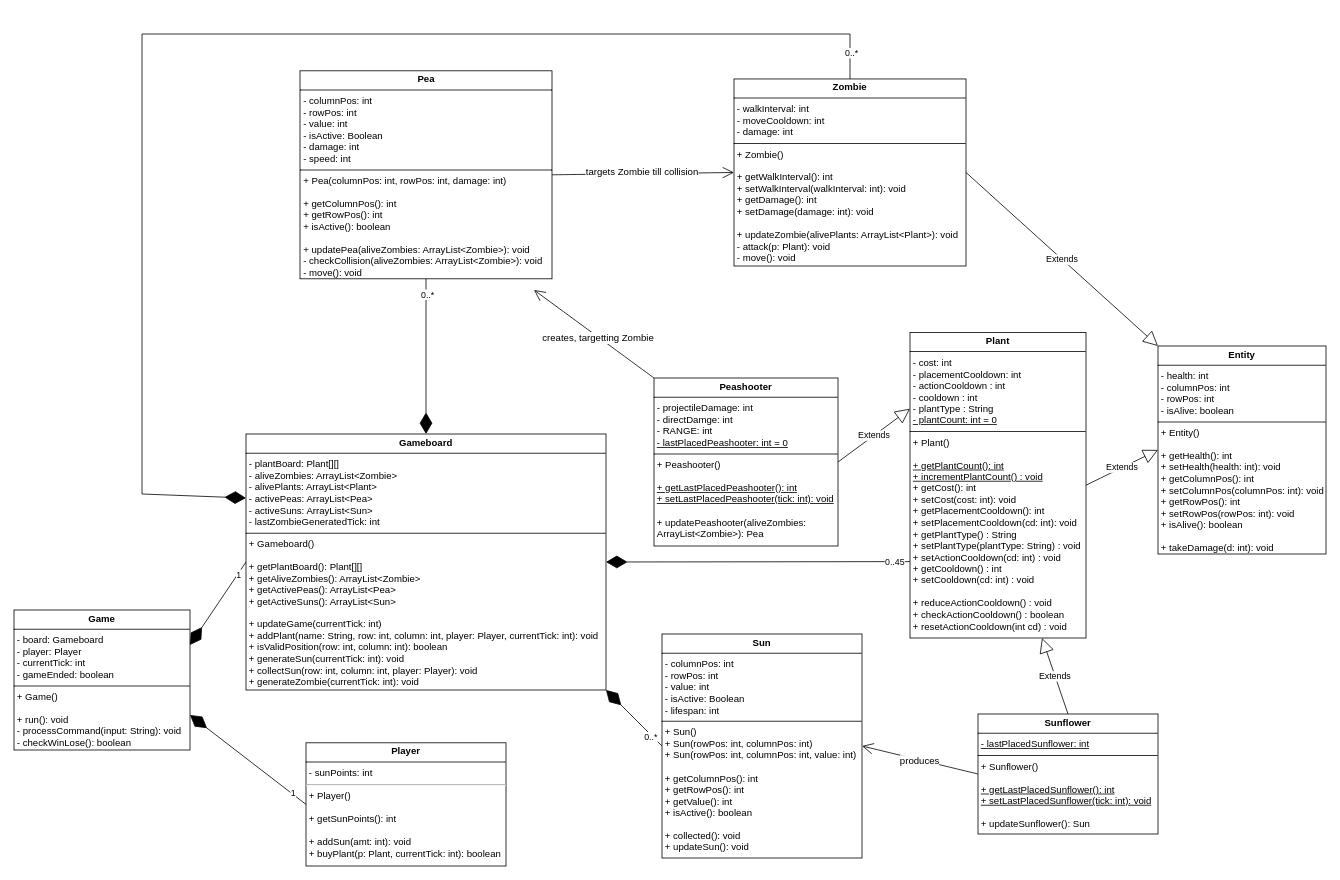
Earlier version of the draw.io diagram pvz-uml.drawio (gabespineli/plants-vs-zombies). Source tidied: cells renumbered, new cells numbered last; positions are measured from the earlier drawing's top-left corner, leaving out a move shared by most shapes. Both pictures are drawn from the tidied source at 80%, with x=0, y=0 at pixel (14, 34).
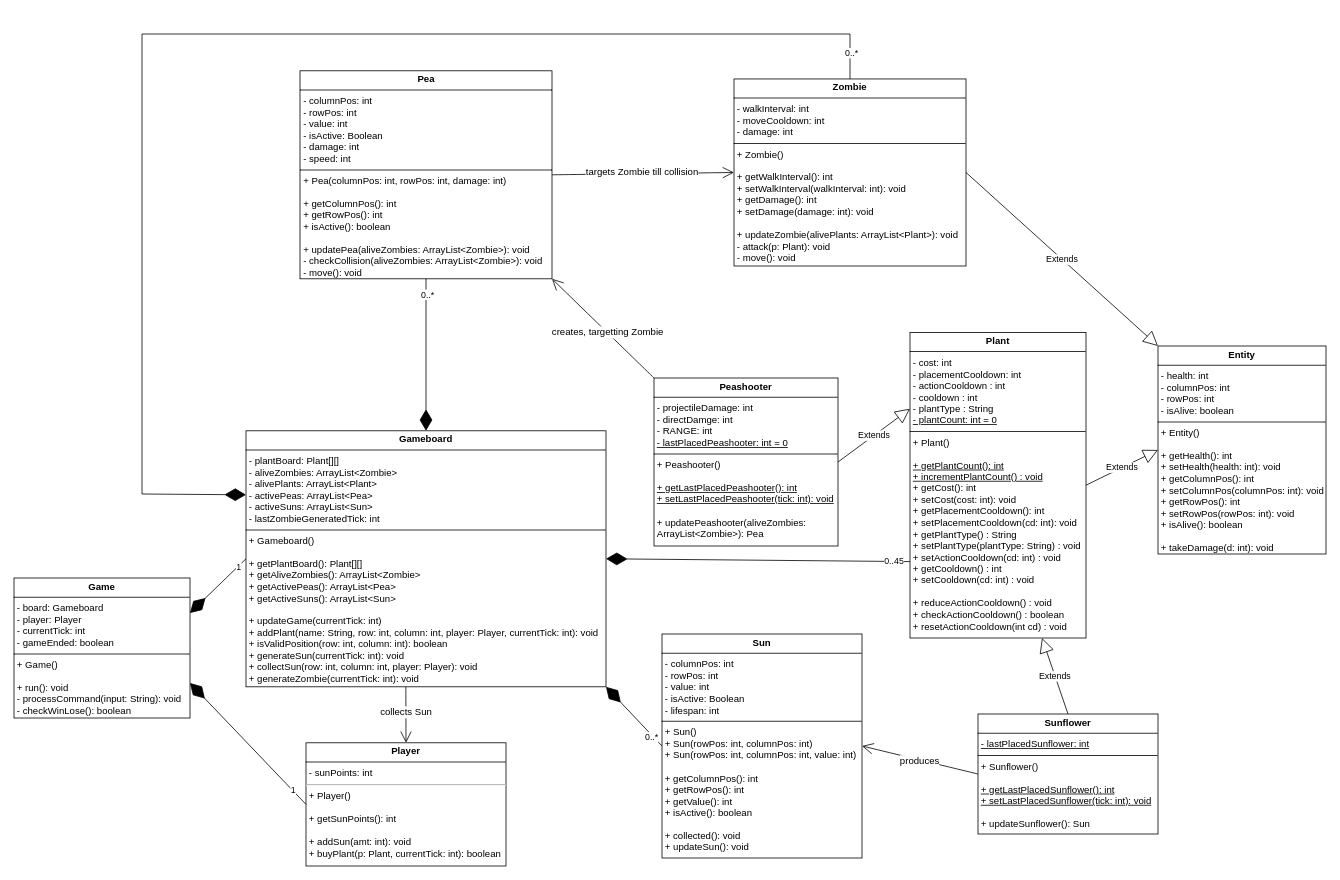
The same page after the edit.

Commit message:
added assoc from gameboard to player

Unchanged cells that the change refers to:
```xml
<mxCell id="6" value="&lt;p style=&quot;margin:0px;margin-top:4px;text-align:center;&quot;&gt;&lt;b&gt;Peashooter&lt;/b&gt;&lt;/p&gt;&lt;hr size=&quot;1&quot; style=&quot;border-style:solid;&quot;&gt;&lt;p style=&quot;margin:0px;margin-left:4px;&quot;&gt;&lt;span style=&quot;background-color: transparent; color: light-dark(rgb(0, 0, 0), rgb(255, 255, 255));&quot;&gt;- projectileDamage: int&lt;/span&gt;&lt;/p&gt;&lt;p style=&quot;margin:0px;margin-left:4px;&quot;&gt;- directDamge: int&lt;/p&gt;&lt;p style=&quot;margin:0px;margin-left:4px;&quot;&gt;- RANGE: int&lt;/p&gt;&lt;p style=&quot;margin:0px;margin-left:4px;&quot;&gt;&lt;u&gt;- lastPlacedPeashooter: int = 0&lt;/u&gt;&lt;/p&gt;&lt;hr size=&quot;1&quot; style=&quot;border-style:solid;&quot;&gt;&lt;p style=&quot;margin:0px;margin-left:4px;&quot;&gt;+ Peashooter()&lt;/p&gt;&lt;p style=&quot;margin:0px;margin-left:4px;&quot;&gt;&lt;br&gt;&lt;/p&gt;&lt;p style=&quot;margin: 0px 0px 0px 4px;&quot;&gt;&lt;span style=&quot;background-color: transparent; color: light-dark(rgb(0, 0, 0), rgb(255, 255, 255));&quot;&gt;&lt;u&gt;+ getLastPlacedPeashooter(): int&lt;/u&gt;&lt;/span&gt;&lt;/p&gt;&lt;p style=&quot;margin: 0px 0px 0px 4px;&quot;&gt;&lt;u&gt;+ setLastPlacedPeashooter(tick: int): void&lt;/u&gt;&lt;span style=&quot;background-color: transparent; color: light-dark(rgb(0, 0, 0), rgb(255, 255, 255));&quot;&gt;&lt;br&gt;&lt;/span&gt;&lt;/p&gt;&lt;p style=&quot;margin: 0px 0px 0px 4px;&quot;&gt;&lt;span style=&quot;background-color: transparent; color: light-dark(rgb(0, 0, 0), rgb(255, 255, 255));&quot;&gt;&lt;br&gt;&lt;/span&gt;&lt;/p&gt;&lt;p style=&quot;margin: 0px 0px 0px 4px;&quot;&gt;+ updatePeashooter(aliveZombies: ArrayList&amp;lt;Zombie&amp;gt;): Pea&lt;/p&gt;" style="verticalAlign=top;align=left;overflow=fill;html=1;whiteSpace=wrap;" parent="1" vertex="1">
  <mxGeometry x="800" y="430" width="230" height="210" as="geometry" />
</mxCell>
<mxCell id="7" value="&lt;p style=&quot;margin:0px;margin-top:4px;text-align:center;&quot;&gt;&lt;b&gt;Player&lt;/b&gt;&lt;/p&gt;&lt;hr size=&quot;1&quot; style=&quot;border-style:solid;&quot;&gt;&lt;p style=&quot;margin:0px;margin-left:4px;&quot;&gt;&lt;span style=&quot;background-color: transparent; color: light-dark(rgb(0, 0, 0), rgb(255, 255, 255));&quot;&gt;- sunPoints: int&lt;/span&gt;&lt;/p&gt;&lt;hr&gt;&lt;p style=&quot;margin:0px;margin-left:4px;&quot;&gt;+ Player()&lt;/p&gt;&lt;p style=&quot;margin:0px;margin-left:4px;&quot;&gt;&lt;br&gt;&lt;/p&gt;&lt;p style=&quot;margin:0px;margin-left:4px;&quot;&gt;+ getSunPoints(): int&lt;/p&gt;&lt;p style=&quot;margin:0px;margin-left:4px;&quot;&gt;&lt;br&gt;&lt;/p&gt;&lt;p style=&quot;margin:0px;margin-left:4px;&quot;&gt;+ addSun(amt: int): void&lt;/p&gt;&lt;p style=&quot;margin:0px;margin-left:4px;&quot;&gt;+ buyPlant(p: Plant, currentTick: int): boolean&lt;/p&gt;&lt;p style=&quot;margin:0px;margin-left:4px;&quot;&gt;&lt;br&gt;&lt;/p&gt;" style="verticalAlign=top;align=left;overflow=fill;html=1;whiteSpace=wrap;" parent="1" vertex="1">
  <mxGeometry x="365" y="886" width="250" height="154" as="geometry" />
</mxCell>
<mxCell id="10" value="&lt;p style=&quot;margin:0px;margin-top:4px;text-align:center;&quot;&gt;&lt;b&gt;Pea&lt;/b&gt;&lt;/p&gt;&lt;hr size=&quot;1&quot; style=&quot;border-style:solid;&quot;&gt;&lt;p style=&quot;margin:0px;margin-left:4px;&quot;&gt;- columnPos: int&lt;/p&gt;&lt;p style=&quot;margin:0px;margin-left:4px;&quot;&gt;- rowPos: int&lt;/p&gt;&lt;p style=&quot;margin:0px;margin-left:4px;&quot;&gt;- value: int&lt;/p&gt;&lt;p style=&quot;margin:0px;margin-left:4px;&quot;&gt;- isActive: Boolean&lt;/p&gt;&lt;p style=&quot;margin:0px;margin-left:4px;&quot;&gt;- damage: int&lt;/p&gt;&lt;p style=&quot;margin:0px;margin-left:4px;&quot;&gt;- speed: int&lt;/p&gt;&lt;hr size=&quot;1&quot; style=&quot;border-style:solid;&quot;&gt;&lt;p style=&quot;margin:0px;margin-left:4px;&quot;&gt;+ Pea(columnPos: int, rowPos: int, damage: int)&lt;/p&gt;&lt;p style=&quot;margin:0px;margin-left:4px;&quot;&gt;&lt;br&gt;&lt;/p&gt;&lt;p style=&quot;margin:0px;margin-left:4px;&quot;&gt;+ getColumnPos(): int&lt;/p&gt;&lt;p style=&quot;margin:0px;margin-left:4px;&quot;&gt;+ getRowPos(): int&lt;/p&gt;&lt;p style=&quot;margin:0px;margin-left:4px;&quot;&gt;+ isActive(): boolean&lt;/p&gt;&lt;p style=&quot;margin:0px;margin-left:4px;&quot;&gt;&lt;br&gt;&lt;/p&gt;&lt;p style=&quot;margin:0px;margin-left:4px;&quot;&gt;+ updatePea(aliveZombies: ArrayList&amp;lt;Zombie&amp;gt;): void&lt;/p&gt;&lt;p style=&quot;margin:0px;margin-left:4px;&quot;&gt;- checkCollision(&lt;span style=&quot;background-color: transparent; color: light-dark(rgb(0, 0, 0), rgb(255, 255, 255));&quot;&gt;aliveZombies: ArrayList&amp;lt;Zombie&amp;gt;&lt;/span&gt;&lt;span style=&quot;background-color: transparent; color: light-dark(rgb(0, 0, 0), rgb(255, 255, 255));&quot;&gt;): void&lt;/span&gt;&lt;/p&gt;&lt;p style=&quot;margin:0px;margin-left:4px;&quot;&gt;- move(): void&lt;span style=&quot;background-color: transparent; color: light-dark(rgb(0, 0, 0), rgb(255, 255, 255));&quot;&gt;&lt;/span&gt;&lt;/p&gt;" style="verticalAlign=top;align=left;overflow=fill;html=1;whiteSpace=wrap;" parent="1" vertex="1">
  <mxGeometry x="357.5" y="46" width="315" height="260" as="geometry" />
</mxCell>
```

Diff of the diagram source:
```diff
@@
     <mxCell id="8" value="&lt;p style=&quot;margin:0px;margin-top:4px;text-align:center;&quot;&gt;&lt;b&gt;Gameboard&lt;/b&gt;&lt;/p&gt;&lt;hr size=&quot;1&quot; style=&quot;border-style:solid;&quot;&gt;&lt;p style=&quot;margin:0px;margin-left:4px;&quot;&gt;&lt;span style=&quot;background-color: transparent; color: light-dark(rgb(0, 0, 0), rgb(255, 255, 255));&quot;&gt;- plantBoard: Plant[][]&lt;/span&gt;&lt;/p&gt;&lt;p style=&quot;margin:0px;margin-left:4px;&quot;&gt;- aliveZombies: ArrayList&amp;lt;Zombie&amp;gt;&lt;/p&gt;&lt;p style=&quot;margin:0px;margin-left:4px;&quot;&gt;- alivePlants: ArrayList&amp;lt;Plant&amp;gt;&lt;/p&gt;&lt;p style=&quot;margin:0px;margin-left:4px;&quot;&gt;- activePeas: ArrayList&amp;lt;Pea&amp;gt;&lt;/p&gt;&lt;p style=&quot;margin:0px;margin-left:4px;&quot;&gt;- activeSuns: ArrayList&amp;lt;Sun&amp;gt;&lt;/p&gt;&lt;p style=&quot;margin:0px;margin-left:4px;&quot;&gt;- lastZombieGeneratedTick: int&lt;/p&gt;&lt;hr size=&quot;1&quot; style=&quot;border-style:solid;&quot;&gt;&lt;p style=&quot;margin:0px;margin-left:4px;&quot;&gt;+ Gameboard()&lt;/p&gt;&lt;p style=&quot;margin:0px;margin-left:4px;&quot;&gt;&lt;br&gt;&lt;/p&gt;&lt;p style=&quot;margin:0px;margin-left:4px;&quot;&gt;+ getPlantBoard(): Plant[][]&lt;/p&gt;&lt;p style=&quot;margin:0px;margin-left:4px;&quot;&gt;+ getAliveZombies(): ArrayList&amp;lt;Zombie&amp;gt;&lt;/p&gt;&lt;p style=&quot;margin:0px;margin-left:4px;&quot;&gt;+ getActivePeas(): ArrayList&amp;lt;Pea&amp;gt;&lt;/p&gt;&lt;p style=&quot;margin:0px;margin-left:4px;&quot;&gt;+ getActiveSuns(): ArrayList&amp;lt;Sun&amp;gt;&lt;/p&gt;&lt;p style=&quot;margin:0px;margin-left:4px;&quot;&gt;&lt;br&gt;&lt;/p&gt;&lt;p style=&quot;margin:0px;margin-left:4px;&quot;&gt;&lt;span style=&quot;white-space-collapse: preserve;&quot;&gt;+ updateGame(currentTick: int)&lt;/span&gt;&lt;/p&gt;&lt;p style=&quot;margin:0px;margin-left:4px;&quot;&gt;&lt;span style=&quot;white-space-collapse: preserve;&quot;&gt;+ addPlant(name: String, row: int, column: int, player: Player, currentTick: int): void&lt;/span&gt;&lt;span style=&quot;white-space-collapse: preserve;&quot;&gt;&lt;/span&gt;&lt;/p&gt;&lt;p style=&quot;margin:0px;margin-left:4px;&quot;&gt;&lt;span style=&quot;white-space-collapse: preserve;&quot;&gt;+ isValidPosition(row: int, column: int): boolean&lt;/span&gt;&lt;/p&gt;&lt;p style=&quot;margin:0px;margin-left:4px;&quot;&gt;+ generateSun(currentTick: int): void&lt;/p&gt;&lt;p style=&quot;margin:0px;margin-left:4px;&quot;&gt;+ collectSun(row: int, column: int, player: Player): void&lt;/p&gt;&lt;p style=&quot;margin:0px;margin-left:4px;&quot;&gt;+ generateZombie(currentTick: int): void&lt;/p&gt;" style="verticalAlign=top;align=left;overflow=fill;html=1;whiteSpace=wrap;" parent="1" vertex="1">
-      <mxGeometry x="290" y="500" width="450" height="320" as="geometry" />
+      <mxGeometry x="290" y="496" width="450" height="320" as="geometry" />
     </mxCell>
@@
     <mxCell id="11" value="&lt;p style=&quot;margin:0px;margin-top:4px;text-align:center;&quot;&gt;&lt;b&gt;Game&lt;/b&gt;&lt;/p&gt;&lt;hr size=&quot;1&quot; style=&quot;border-style:solid;&quot;&gt;&lt;p style=&quot;margin:0px;margin-left:4px;&quot;&gt;- board: Gameboard&lt;/p&gt;&lt;p style=&quot;margin:0px;margin-left:4px;&quot;&gt;- player: Player&lt;br&gt;&lt;/p&gt;&lt;p style=&quot;margin:0px;margin-left:4px;&quot;&gt;- currentTick: int&lt;/p&gt;&lt;p style=&quot;margin:0px;margin-left:4px;&quot;&gt;- gameEnded: boolean&lt;/p&gt;&lt;hr size=&quot;1&quot; style=&quot;border-style:solid;&quot;&gt;&lt;p style=&quot;margin:0px;margin-left:4px;&quot;&gt;+ Game()&lt;/p&gt;&lt;p style=&quot;margin:0px;margin-left:4px;&quot;&gt;&lt;br&gt;&lt;/p&gt;&lt;p style=&quot;margin:0px;margin-left:4px;&quot;&gt;+ run(): void&lt;/p&gt;&lt;p style=&quot;margin:0px;margin-left:4px;&quot;&gt;- processCommand(input: String): void&lt;/p&gt;&lt;p style=&quot;margin:0px;margin-left:4px;&quot;&gt;- checkWinLose(): boolean&lt;/p&gt;" style="verticalAlign=top;align=left;overflow=fill;html=1;whiteSpace=wrap;" parent="1" vertex="1">
-      <mxGeometry y="720" width="220" height="175" as="geometry" />
+      <mxGeometry y="680" width="220" height="175" as="geometry" />
     </mxCell>
@@
-    <mxCell id="26" style="endArrow=open;endFill=1;endSize=12;html=1;rounded=0;fontSize=12;curved=1;exitX=0;exitY=0;exitDx=0;exitDy=0;" parent="1" edge="1" source="6">
-      <mxGeometry relative="1" as="geometry">
-        <mxPoint x="650" y="320" as="targetPoint" />
-      </mxGeometry>
+    <mxCell id="26" style="endArrow=open;endFill=1;endSize=12;html=1;rounded=0;fontSize=12;curved=1;exitX=0;exitY=0;exitDx=0;exitDy=0;entryX=1;entryY=1;entryDx=0;entryDy=0;" parent="1" edge="1" source="6" target="10">
+      <mxGeometry relative="1" as="geometry" />
     </mxCell>
@@
+    <mxCell id="34" style="endArrow=open;endFill=1;endSize=12;html=1;rounded=0;fontSize=12;curved=1;exitX=0.444;exitY=1;exitDx=0;exitDy=0;entryX=0.5;entryY=0;entryDx=0;entryDy=0;exitPerimeter=0;" parent="1" edge="1" source="8" target="7">
+      <mxGeometry relative="1" as="geometry" />
+    </mxCell>
+    <mxCell id="35" value="collects Sun" style="edgeLabel;html=1;align=center;verticalAlign=middle;fontSize=12;" parent="34" vertex="1">
+      <mxGeometry x="0.06" y="4" relative="1" as="geometry">
+        <mxPoint x="-4" y="-5" as="offset" />
+      </mxGeometry>
+    </mxCell>
```
